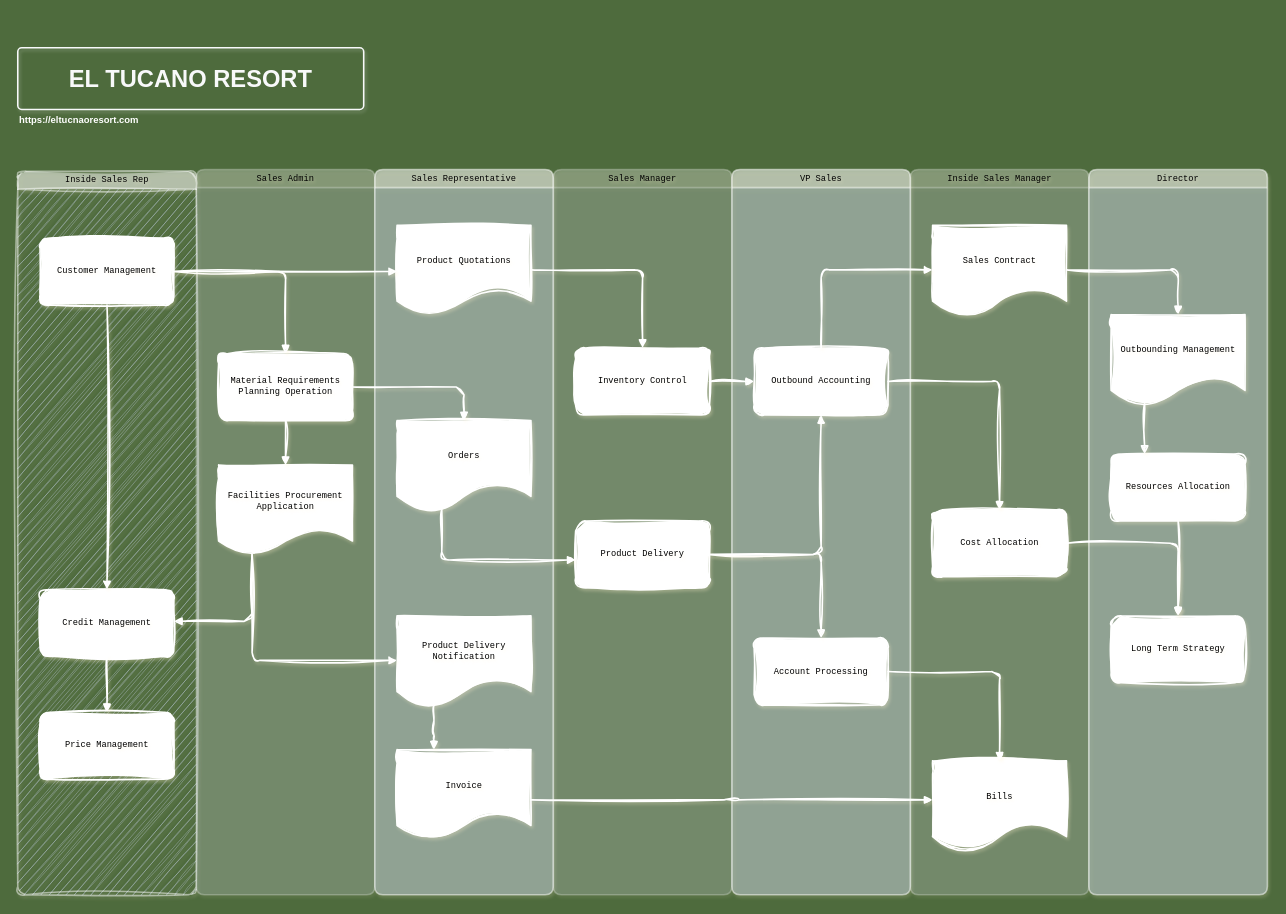
Before: Diagrama sin título.drawio in ionii1/Tucano, a draw.io diagram. Source tidied: cells renumbered, new cells numbered last; positions are measured from the earlier drawing's top-left corner, leaving out a move shared by most shapes. Both pictures are drawn from the tidied source at 79%, with x=0, y=0 at pixel (17, 47).
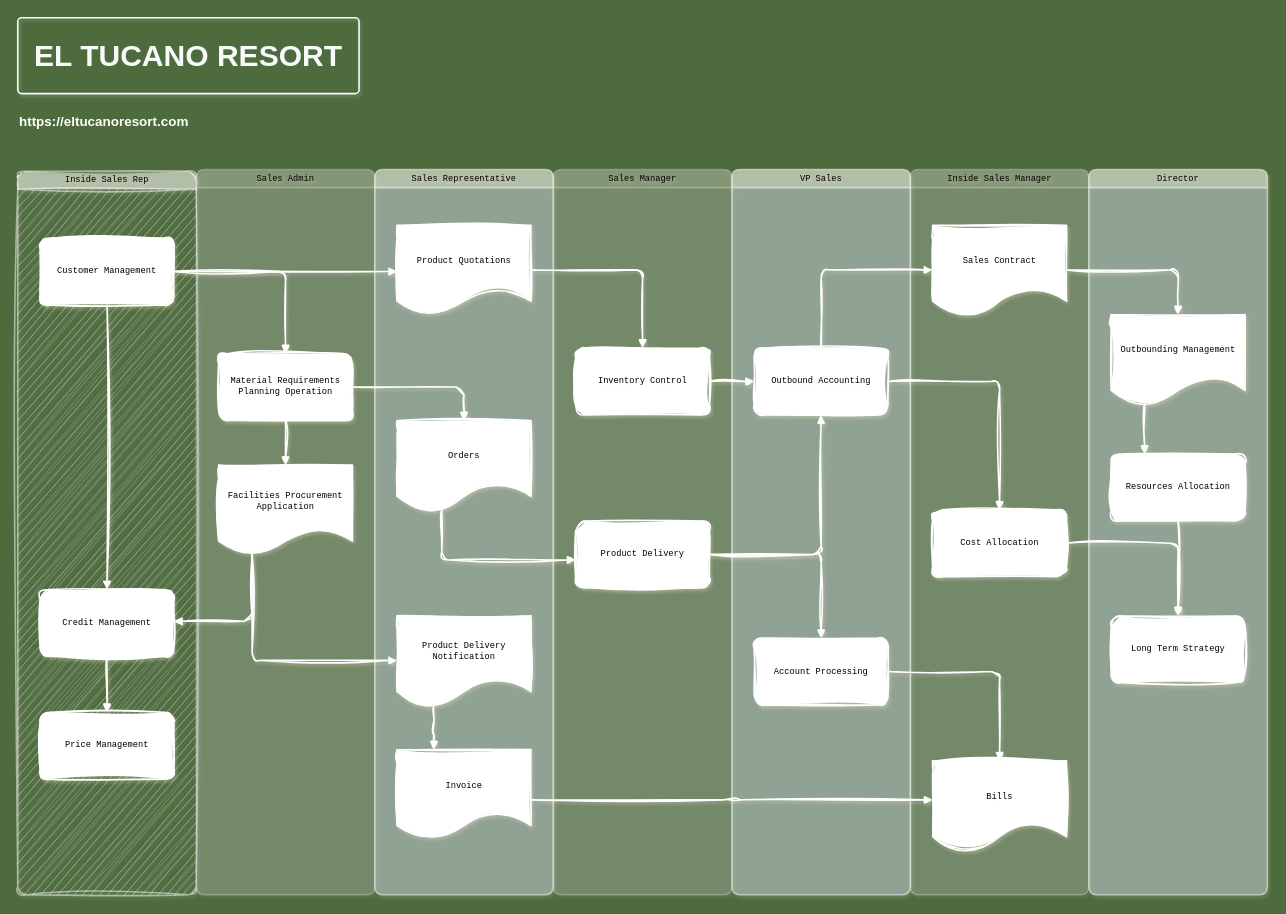
After the change.

Diff of the diagram source:
```diff
@@
-    <mxCell id="2" value="&lt;h1 style=&quot;margin-bottom: 21.44px;&quot;&gt;&lt;font style=&quot;font-size: 30px;&quot;&gt;&lt;b style=&quot;&quot;&gt;EL TUCANO RESORT&lt;/b&gt;&lt;/font&gt;&lt;/h1&gt;" style="html=1;shadow=1;dashed=0;shape=mxgraph.bootstrap.rrect;rSize=5;strokeColor=#F8F9FA;strokeWidth=2;fillColor=none;fontColor=#F8F9FA;whiteSpace=wrap;align=center;verticalAlign=middle;spacingLeft=0;fontStyle=0;fontSize=16;spacing=5;rounded=1;shadowColor=#FFFFFF;" parent="1" vertex="1">
-      <mxGeometry width="437.9" height="78" as="geometry" />
+    <mxCell id="2" value="&lt;h1 style=&quot;margin-bottom: 21.44px;&quot;&gt;&lt;font size=&quot;1&quot; style=&quot;&quot;&gt;&lt;b style=&quot;font-size: 38px;&quot;&gt;EL TUCANO RESORT&lt;/b&gt;&lt;/font&gt;&lt;/h1&gt;" style="html=1;shadow=1;dashed=0;shape=mxgraph.bootstrap.rrect;rSize=5;strokeColor=#F8F9FA;strokeWidth=2;fillColor=none;fontColor=#F8F9FA;whiteSpace=wrap;align=center;verticalAlign=middle;spacingLeft=0;fontStyle=0;fontSize=16;spacing=5;rounded=1;shadowColor=#FFFFFF;" parent="1" vertex="1">
+      <mxGeometry y="-38" width="432" height="96" as="geometry" />
     </mxCell>
-    <mxCell id="3" value="&lt;div style=&quot;text-align: center;&quot;&gt;&lt;span style=&quot;background-color: initial;&quot;&gt;&lt;font face=&quot;Helvetica&quot; size=&quot;1&quot; style=&quot;&quot; color=&quot;#ffffff&quot;&gt;&lt;b style=&quot;font-size: 12px;&quot;&gt;https://eltucnaoresort.com&lt;/b&gt;&lt;/font&gt;&lt;/span&gt;&lt;/div&gt;" style="text;whiteSpace=wrap;html=1;" parent="1" vertex="1">
+    <mxCell id="3" value="&lt;div style=&quot;text-align: center;&quot;&gt;&lt;span style=&quot;background-color: initial;&quot;&gt;&lt;font face=&quot;Helvetica&quot; size=&quot;1&quot; style=&quot;&quot; color=&quot;#ffffff&quot;&gt;&lt;b style=&quot;font-size: 17px;&quot;&gt;https://eltucanoresort.com&lt;/b&gt;&lt;/font&gt;&lt;/span&gt;&lt;/div&gt;" style="text;whiteSpace=wrap;html=1;" parent="1" vertex="1">
       <mxGeometry y="78" width="153" height="28" as="geometry" />
     </mxCell>
```
